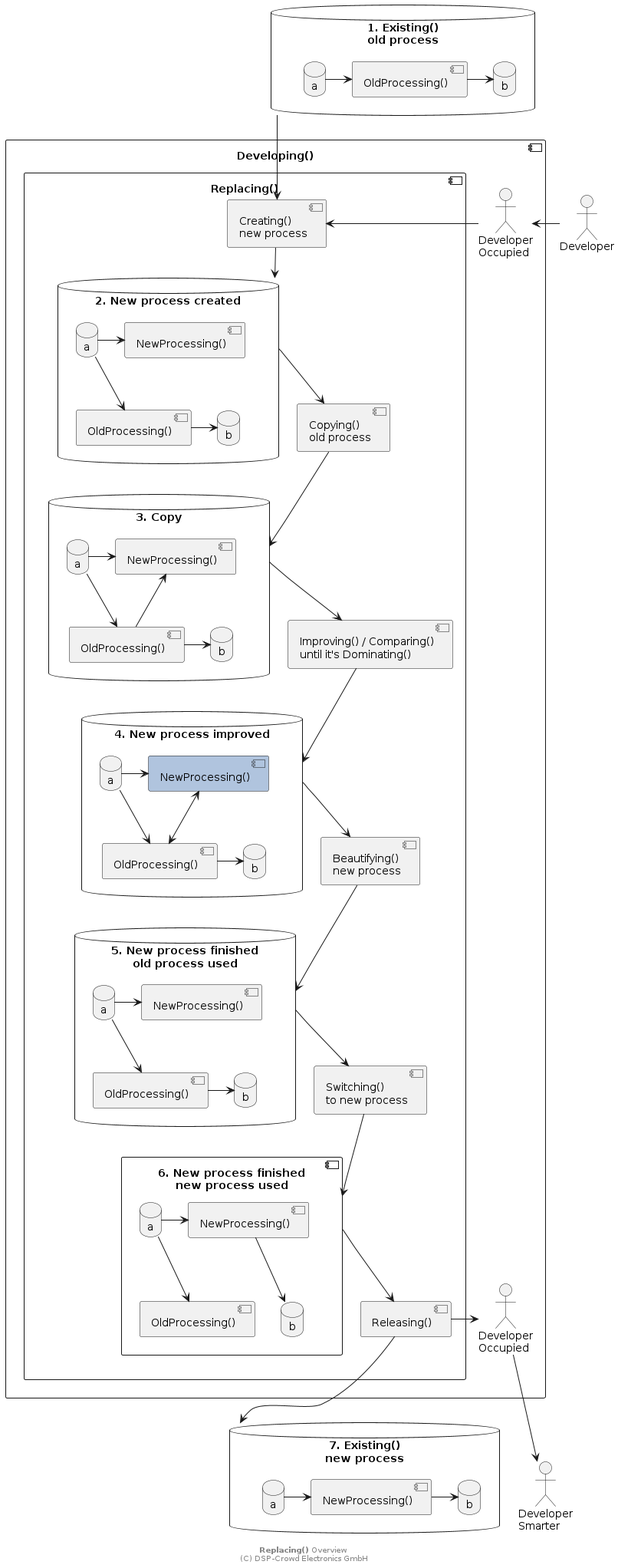
Above: doc/system/replacing/replacing.png in NoOrientationProgramming/NopExamples (PlantUML), before the change.
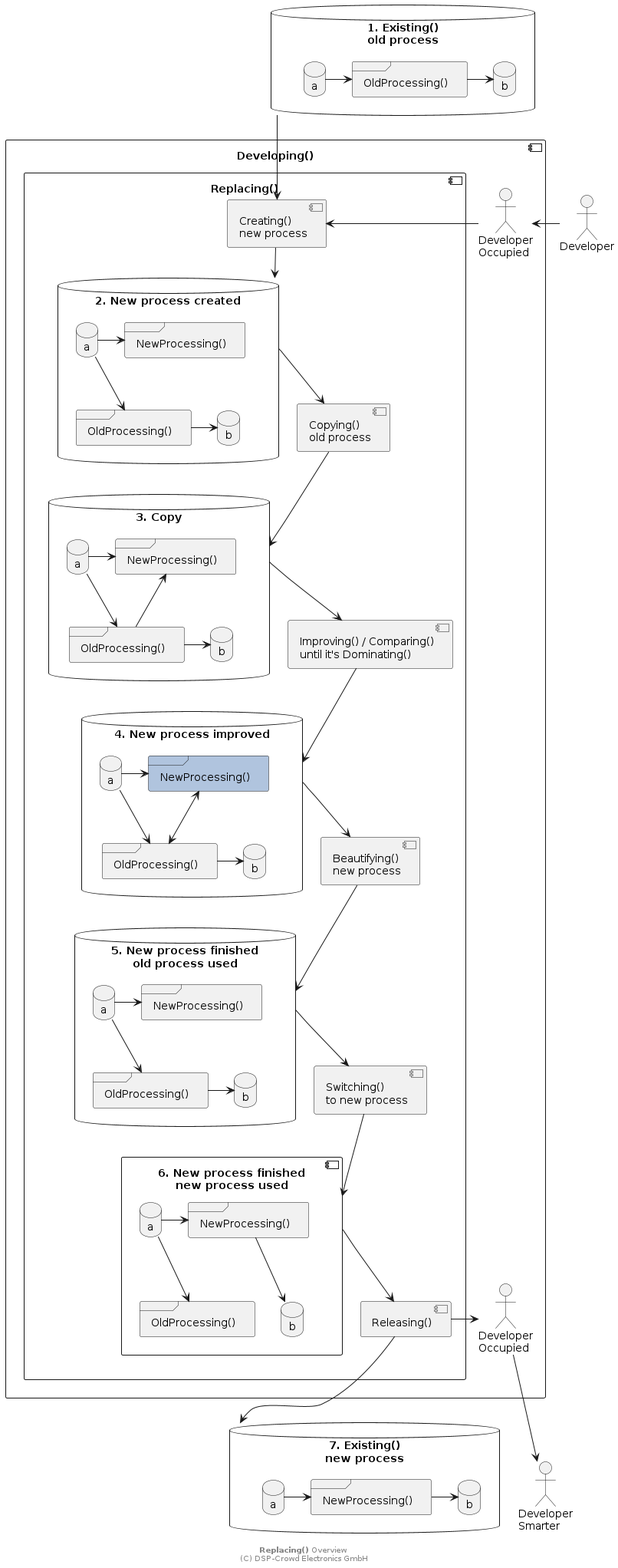
The same diagram one commit later.

Change to the diagram source:
```diff
@@ -3,7 +3,7 @@
 database "1. Existing()\nold process" as sOld {
   database "a" as a1
   database "b" as b1
-  component "OldProcessing()" as op1
+  frame "OldProcessing()" as op1
 
   a1 -> op1
   op1 -> b1
@@ -12,7 +12,7 @@
 database "7. Existing()\nnew process" as sNew {
   database "a" as a7
   database "b" as b7
-  component "NewProcessing()" as np7
+  frame "NewProcessing()" as np7
 
   a7 -> np7
   np7 -> b7
@@ -31,8 +31,8 @@
 database "2. New process created" as sCreated {
   database "a" as a2
   database "b" as b2
-  component "OldProcessing()" as op2
-  component "NewProcessing()" as np2
+  frame "OldProcessing()" as op2
+  frame "NewProcessing()" as np2
 
   a2 -> np2
   a2 --> op2
@@ -42,8 +42,8 @@
 database "3. Copy" as sCopy {
   database "a" as a3
   database "b" as b3
-  component "OldProcessing()" as op3
-  component "NewProcessing()" as np3
+  frame "OldProcessing()" as op3
+  frame "NewProcessing()" as np3
 
   a3 -> np3
   a3 --> op3
@@ -54,8 +54,8 @@
 database "4. New process improved" as sImp {
   database "a" as a4
   database "b" as b4
-  component "OldProcessing()" as op4
-  component "NewProcessing()" as np4 #LightSteelBlue
+  frame "OldProcessing()" as op4
+  frame "NewProcessing()" as np4 #LightSteelBlue
 
   a4 -> np4
   a4 --> op4
@@ -66,8 +66,8 @@
 database "5. New process finished\nold process used" as sNewButOld {
   database "a" as a5
   database "b" as b5
-  component "OldProcessing()" as op5
-  component "NewProcessing()" as np5
+  frame "OldProcessing()" as op5
+  frame "NewProcessing()" as np5
 
   a5 -> np5
   a5 --> op5
@@ -77,8 +77,8 @@
 component "6. New process finished\nnew process used" as sNewAndNew {
   database "a" as a6
   database "b" as b6
-  component "OldProcessing()" as op6
-  component "NewProcessing()" as np6
+  frame "OldProcessing()" as op6
+  frame "NewProcessing()" as np6
 
   a6 -> np6
   np6 -> b6
```
